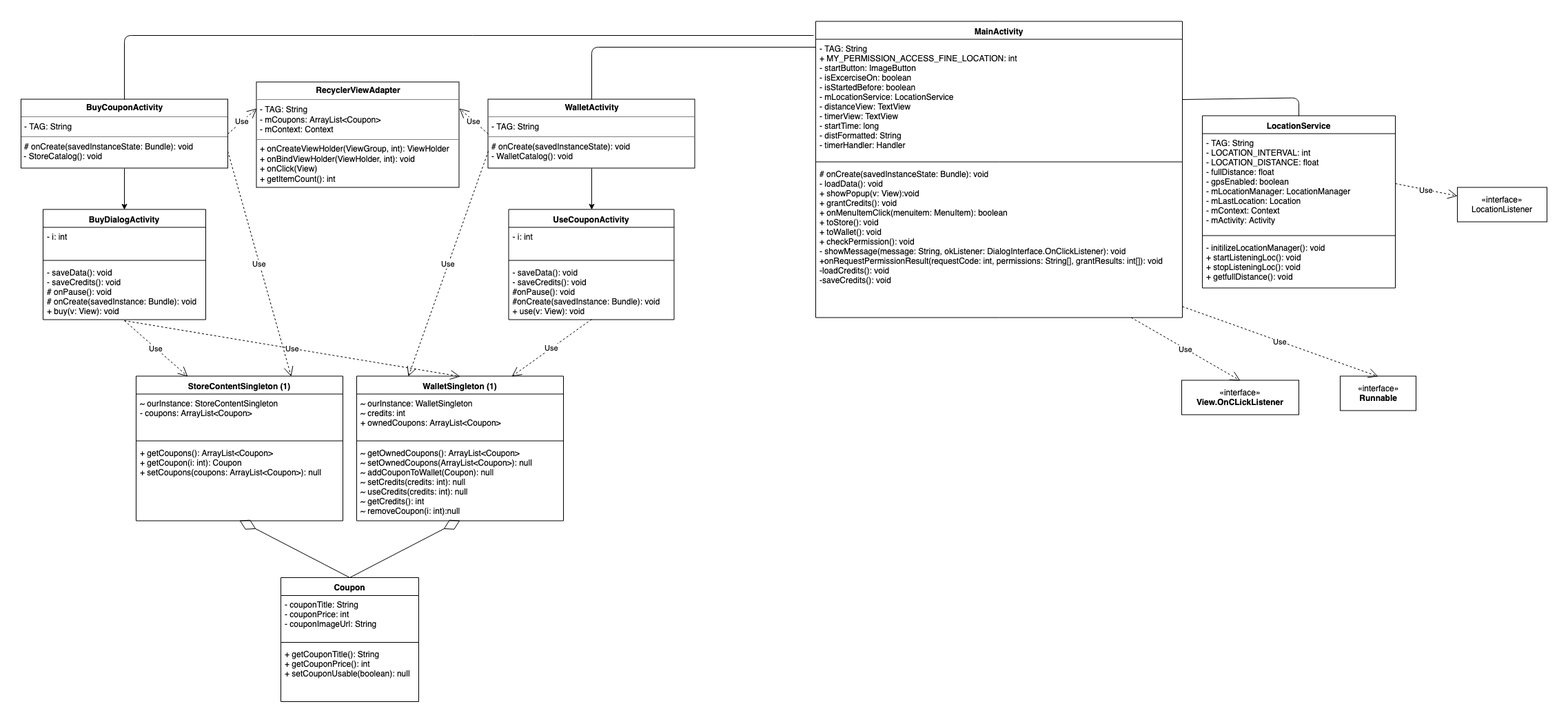
Above: uml_diagram.png in jnnuu/valuesport (draw.io), before the change. Source tidied: cells renumbered, new cells last; positions are measured from the earlier drawing's top-left corner, leaving out a move shared by most shapes.
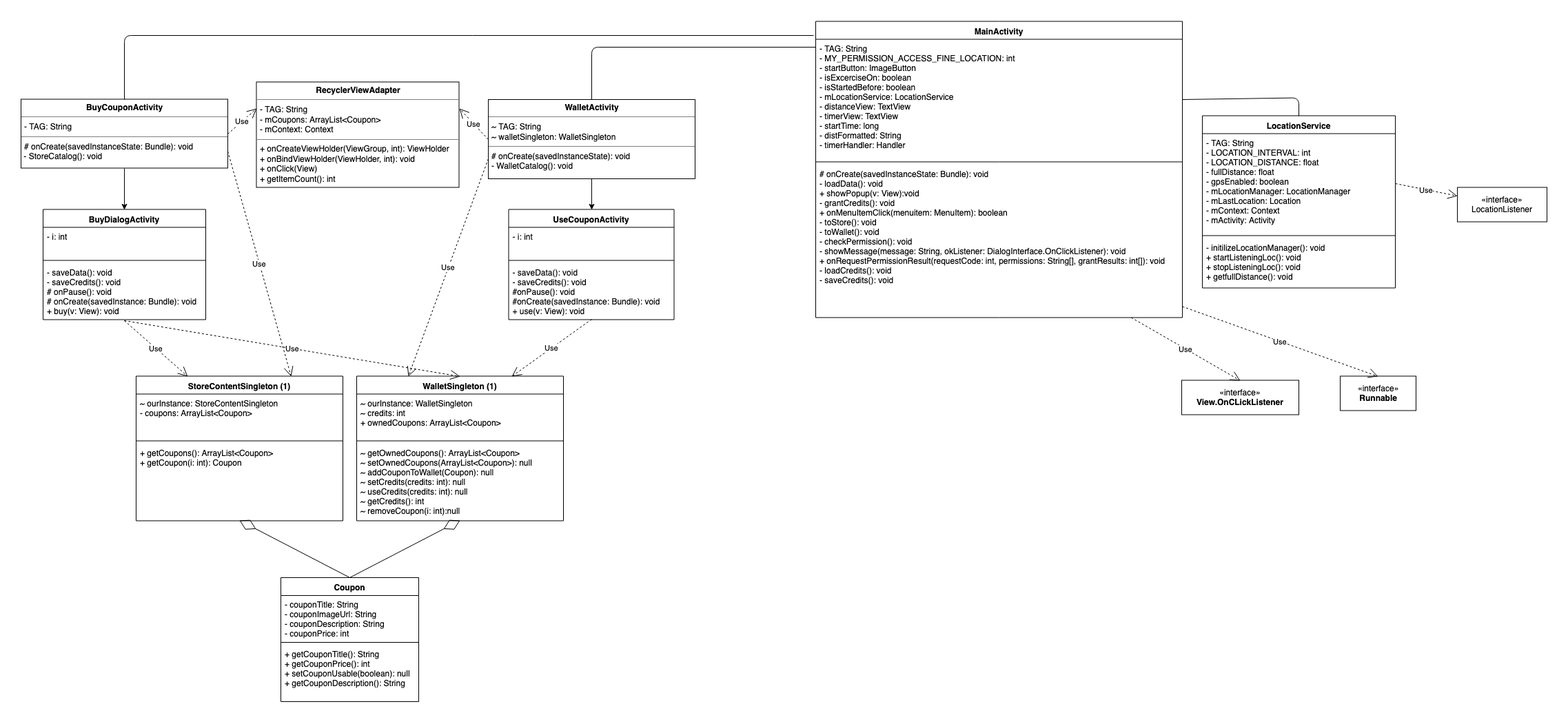
After the change.

The edit, as a diff of the source:
```diff
@@ -5,13 +5,13 @@
     <mxCell id="2" value="Coupon" style="swimlane;fontStyle=1;align=center;verticalAlign=top;horizontal=1;startSize=26;" parent="1" vertex="1">
       <mxGeometry x="377" y="808" width="200" height="180" as="geometry" />
     </mxCell>
-    <mxCell id="3" value="- couponTitle: String&#10;- couponPrice: int&#10;- couponImageUrl: String&#10;&#10;" style="text;strokeColor=none;fillColor=none;align=left;verticalAlign=top;spacingLeft=4;spacingRight=4;overflow=hidden;" parent="2" vertex="1">
+    <mxCell id="3" value="- couponTitle: String&#10;- couponImageUrl: String&#10;- couponDescription: String&#10;- couponPrice: int&#10;&#10;" style="text;strokeColor=none;fillColor=none;align=left;verticalAlign=top;spacingLeft=4;spacingRight=4;overflow=hidden;" parent="2" vertex="1">
       <mxGeometry y="26" width="200" height="64" as="geometry" />
     </mxCell>
     <mxCell id="4" style="line;strokeWidth=1;fillColor=none;align=left;verticalAlign=middle;spacingTop=-1;spacingLeft=3;spacingRight=3;labelPosition=right;" parent="2" vertex="1">
       <mxGeometry y="90" width="200" height="8" as="geometry" />
     </mxCell>
-    <mxCell id="5" value="+ getCouponTitle(): String&#10;+ getCouponPrice(): int&#10;+ setCouponUsable(boolean): null&#10;" style="text;strokeColor=none;fillColor=none;align=left;verticalAlign=top;spacingLeft=4;spacingRight=4;overflow=hidden;" parent="2" vertex="1">
+    <mxCell id="5" value="+ getCouponTitle(): String&#10;+ getCouponPrice(): int&#10;+ setCouponUsable(boolean): null&#10;+ getCouponDescription(): String&#10;" style="text;strokeColor=none;fillColor=none;align=left;verticalAlign=top;spacingLeft=4;spacingRight=4;overflow=hidden;" parent="2" vertex="1">
       <mxGeometry y="98" width="200" height="82" as="geometry" />
     </mxCell>
     <mxCell id="6" value="WalletSingleton (1)" style="swimlane;fontStyle=1;align=center;verticalAlign=top;horizontal=1;startSize=26;strokeColor=#000000;" parent="1" vertex="1">
@@ -50,13 +50,13 @@
     <mxCell id="17" value="MainActivity" style="swimlane;fontStyle=1;align=center;verticalAlign=top;horizontal=1;startSize=26;" parent="1" vertex="1">
       <mxGeometry x="1153" y="0.5" width="532" height="430" as="geometry" />
     </mxCell>
-    <mxCell id="18" value="- TAG: String&#10;+ MY_PERMISSION_ACCESS_FINE_LOCATION: int&#10;- startButton: ImageButton&#10;- isExcerciseOn: boolean&#10;- isStartedBefore: boolean&#10;- mLocationService: LocationService&#10;- distanceView: TextView&#10;- timerView: TextView&#10;- startTime: long&#10;- distFormatted: String&#10;- timerHandler: Handler&#10;&#10;" style="text;strokeColor=none;fillColor=none;align=left;verticalAlign=top;spacingLeft=4;spacingRight=4;overflow=hidden;points=[[0,0.5],[1,0.5]];portConstraint=eastwest;" parent="17" vertex="1">
+    <mxCell id="18" value="- TAG: String&#10;- MY_PERMISSION_ACCESS_FINE_LOCATION: int&#10;- startButton: ImageButton&#10;- isExcerciseOn: boolean&#10;- isStartedBefore: boolean&#10;- mLocationService: LocationService&#10;- distanceView: TextView&#10;- timerView: TextView&#10;- startTime: long&#10;- distFormatted: String&#10;- timerHandler: Handler&#10;&#10;" style="text;strokeColor=none;fillColor=none;align=left;verticalAlign=top;spacingLeft=4;spacingRight=4;overflow=hidden;points=[[0,0.5],[1,0.5]];portConstraint=eastwest;" parent="17" vertex="1">
       <mxGeometry y="26" width="532" height="174" as="geometry" />
     </mxCell>
     <mxCell id="19" style="line;strokeWidth=1;fillColor=none;align=left;verticalAlign=middle;spacingTop=-1;spacingLeft=3;spacingRight=3;labelPosition=right;" parent="17" vertex="1">
       <mxGeometry y="200" width="532" height="8" as="geometry" />
     </mxCell>
-    <mxCell id="20" value="# onCreate(savedInstanceState: Bundle): void&#10;- loadData(): void&#10;+ showPopup(v: View):void&#10;+ grantCredits(): void&#10;+ onMenuItemClick(menuitem: MenuItem): boolean&#10;+ toStore(): void&#10;+ toWallet(): void&#10;+ checkPermission(): void&#10;- showMessage(message: String, okListener: DialogInterface.OnClickListener): void&#10;+onRequestPermissionResult(requestCode: int, permissions: String[], grantResults: int[]): void&#10;-loadCredits(): void&#10;-saveCredits(): void&#10;" style="text;strokeColor=none;fillColor=none;align=left;verticalAlign=top;spacingLeft=4;spacingRight=4;overflow=hidden;points=[[0,0.5],[1,0.5]];portConstraint=eastwest;" parent="17" vertex="1">
+    <mxCell id="20" value="# onCreate(savedInstanceState: Bundle): void&#10;- loadData(): void&#10;+ showPopup(v: View):void&#10;- grantCredits(): void&#10;+ onMenuItemClick(menuitem: MenuItem): boolean&#10;- toStore(): void&#10;- toWallet(): void&#10;- checkPermission(): void&#10;- showMessage(message: String, okListener: DialogInterface.OnClickListener): void&#10;+ onRequestPermissionResult(requestCode: int, permissions: String[], grantResults: int[]): void&#10;- loadCredits(): void&#10;- saveCredits(): void&#10;" style="text;strokeColor=none;fillColor=none;align=left;verticalAlign=top;spacingLeft=4;spacingRight=4;overflow=hidden;points=[[0,0.5],[1,0.5]];portConstraint=eastwest;" parent="17" vertex="1">
       <mxGeometry y="208" width="532" height="222" as="geometry" />
     </mxCell>
     <mxCell id="21" style="endArrow=none;html=1;entryX=1;entryY=0.5;entryDx=0;entryDy=0;exitX=0.5;exitY=0;exitDx=0;exitDy=0;" parent="1" edge="1" source="11" target="18">
@@ -99,7 +99,7 @@
     <mxCell id="32" style="line;strokeWidth=1;fillColor=none;align=left;verticalAlign=middle;spacingTop=-1;spacingLeft=3;spacingRight=3;labelPosition=right;" parent="30" vertex="1">
       <mxGeometry y="90" width="300" height="8" as="geometry" />
     </mxCell>
-    <mxCell id="33" value="+ getCoupons(): ArrayList&lt;Coupon&gt;&#10;+ getCoupon(i: int): Coupon&#10;+ setCoupons(coupons: ArrayList&lt;Coupon&gt;): null&#10;" style="text;strokeColor=none;fillColor=none;align=left;verticalAlign=top;spacingLeft=4;spacingRight=4;overflow=hidden;points=[[0,0.5],[1,0.5]];portConstraint=eastwest;fontStyle=0;" parent="30" vertex="1">
+    <mxCell id="33" value="+ getCoupons(): ArrayList&lt;Coupon&gt;&#10;+ getCoupon(i: int): Coupon&#10;&#10;" style="text;strokeColor=none;fillColor=none;align=left;verticalAlign=top;spacingLeft=4;spacingRight=4;overflow=hidden;points=[[0,0.5],[1,0.5]];portConstraint=eastwest;fontStyle=0;" parent="30" vertex="1">
       <mxGeometry y="98" width="300" height="112" as="geometry" />
     </mxCell>
     <mxCell id="34" style="edgeStyle=orthogonalEdgeStyle;rounded=0;jettySize=auto;html=1;exitX=0.5;exitY=1;exitDx=0;exitDy=0;entryX=0.5;entryY=0;entryDx=0;entryDy=0;" parent="1" edge="1" source="35" target="26">
@@ -129,8 +129,8 @@
     <mxCell id="42" style="edgeStyle=orthogonalEdgeStyle;rounded=0;jettySize=auto;html=1;exitX=0.5;exitY=1;exitDx=0;exitDy=0;entryX=0.5;entryY=0;entryDx=0;entryDy=0;" parent="1" edge="1" source="43" target="38">
       <mxGeometry relative="1" as="geometry" />
     </mxCell>
-    <mxCell id="43" value="&lt;p style=&quot;margin: 0px ; margin-top: 4px ; text-align: center&quot;&gt;&lt;b&gt;WalletActivity&lt;/b&gt;&lt;/p&gt;&lt;hr size=&quot;1&quot;&gt;&lt;p style=&quot;margin: 0px ; margin-left: 4px&quot;&gt;- TAG: String&lt;/p&gt;&lt;hr size=&quot;1&quot;&gt;&lt;p style=&quot;margin: 0px ; margin-left: 4px&quot;&gt;# onCreate(savedInstanceState): void&lt;/p&gt;&lt;p style=&quot;margin: 0px ; margin-left: 4px&quot;&gt;- WalletCatalog(): void&lt;/p&gt;" style="verticalAlign=top;align=left;overflow=fill;fontSize=12;fontFamily=Helvetica;html=1;" parent="1" vertex="1">
-      <mxGeometry x="677.5" y="113.5" width="300" height="100" as="geometry" />
+    <mxCell id="43" value="&lt;p style=&quot;margin: 0px ; margin-top: 4px ; text-align: center&quot;&gt;&lt;b&gt;WalletActivity&lt;/b&gt;&lt;/p&gt;&lt;hr size=&quot;1&quot;&gt;&lt;p style=&quot;margin: 0px ; margin-left: 4px&quot;&gt;~ TAG: String&lt;br&gt;&lt;/p&gt;&lt;p style=&quot;margin: 0px ; margin-left: 4px&quot;&gt;~ walletSingleton: WalletSingleton&lt;br&gt;&lt;/p&gt;&lt;hr size=&quot;1&quot;&gt;&lt;p style=&quot;margin: 0px ; margin-left: 4px&quot;&gt;# onCreate(savedInstanceState): void&lt;/p&gt;&lt;p style=&quot;margin: 0px ; margin-left: 4px&quot;&gt;- WalletCatalog(): void&lt;/p&gt;" style="verticalAlign=top;align=left;overflow=fill;fontSize=12;fontFamily=Helvetica;html=1;" parent="1" vertex="1">
+      <mxGeometry x="678" y="114" width="300" height="115" as="geometry" />
     </mxCell>
     <mxCell id="44" value="Use" style="endArrow=open;endSize=12;dashed=1;html=1;exitX=1;exitY=0.5;exitDx=0;exitDy=0;entryX=0;entryY=0.25;entryDx=0;entryDy=0;" parent="1" edge="1" source="35" target="37">
       <mxGeometry relative="1" as="geometry" />
```
